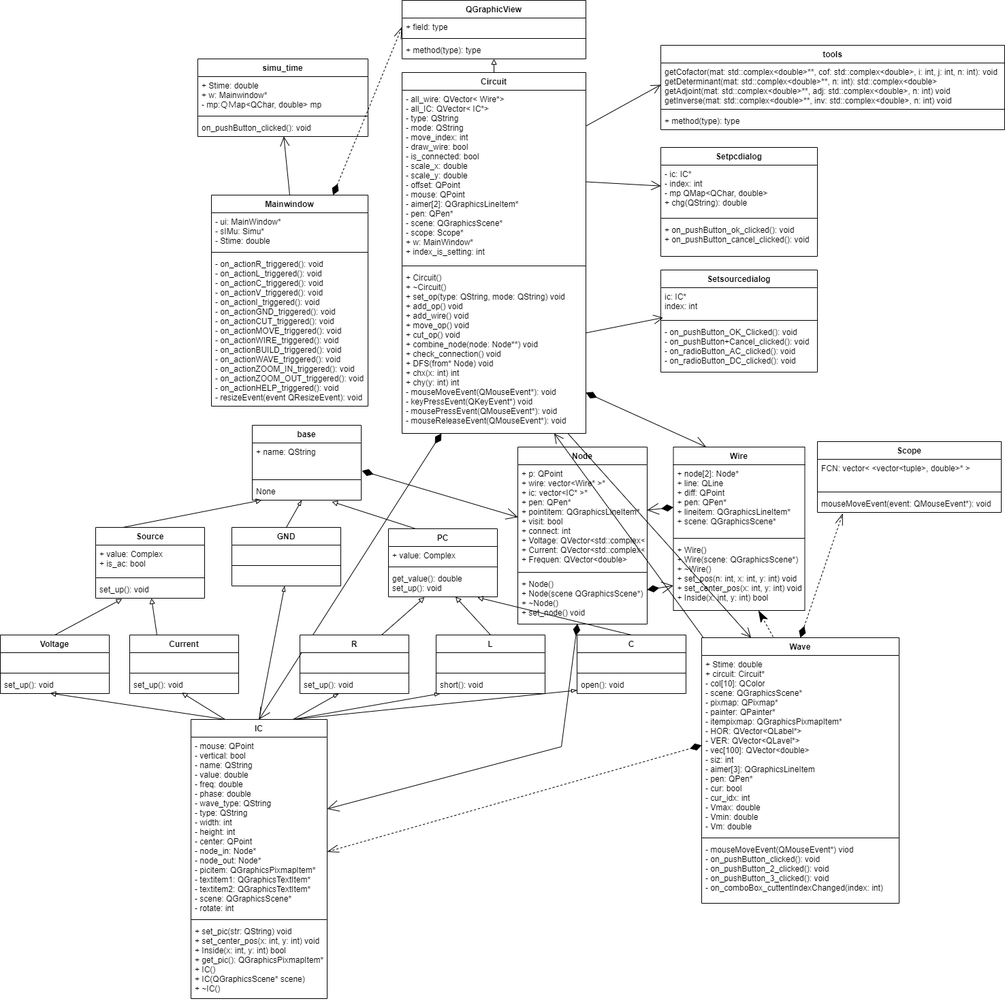
Earlier version of the draw.io export UML.png (henrytsui000/HESPICE). Source tidied: cells renumbered, new cells last; positions are measured from the earlier drawing's top-left corner, leaving out a move shared by most shapes.
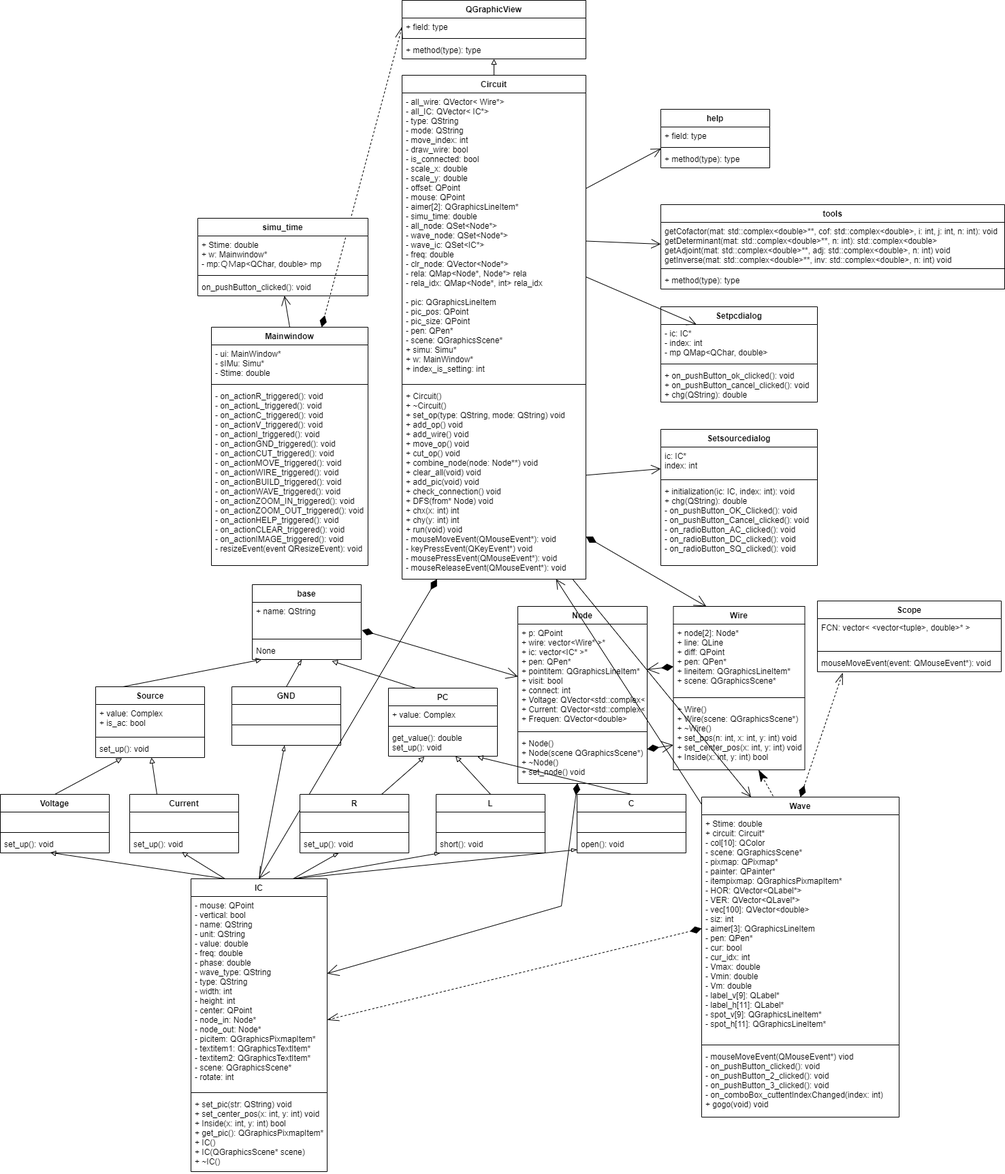
Above is the later version.

Commit message:
upd uml

The edit, as a diff of the source:
```diff
@@ -144,16 +144,16 @@
       <mxGeometry relative="1" as="geometry" />
     </mxCell>
     <mxCell id="49" value="IC" style="swimlane;fontStyle=1;align=center;verticalAlign=top;horizontal=1;startSize=26;" parent="1" vertex="1">
-      <mxGeometry x="280" y="1056" width="200" height="410" as="geometry" />
+      <mxGeometry x="280" y="1056" width="200" height="430" as="geometry" />
     </mxCell>
-    <mxCell id="50" value="- mouse: QPoint&#10;- vertical: bool&#10;- name: QString&#10;- value: double&#10;- freq: double&#10;- phase: double&#10;- wave_type: QString&#10;- type: QString&#10;- width: int&#10;- height: int&#10;- center: QPoint&#10;- node_in: Node*&#10;- node_out: Node*&#10;- picitem: QGraphicsPixmapItem*&#10;- textitem1: QGraphicsTextItem*&#10;- textitem2: QGraphicsTextItem*&#10;- scene: QGraphicsScene*&#10;- rotate: int" style="text;strokeColor=none;fillColor=none;align=left;verticalAlign=top;spacingLeft=4;spacingRight=4;overflow=hidden;points=[[0,0.5],[1,0.5]];portConstraint=eastwest;" parent="49" vertex="1">
-      <mxGeometry y="26" width="200" height="264" as="geometry" />
+    <mxCell id="50" value="- mouse: QPoint&#10;- vertical: bool&#10;- name: QString&#10;- unit: QString&#10;- value: double&#10;- freq: double&#10;- phase: double&#10;- wave_type: QString&#10;- type: QString&#10;- width: int&#10;- height: int&#10;- center: QPoint&#10;- node_in: Node*&#10;- node_out: Node*&#10;- picitem: QGraphicsPixmapItem*&#10;- textitem1: QGraphicsTextItem*&#10;- textitem2: QGraphicsTextItem*&#10;- scene: QGraphicsScene*&#10;- rotate: int" style="text;strokeColor=none;fillColor=none;align=left;verticalAlign=top;spacingLeft=4;spacingRight=4;overflow=hidden;points=[[0,0.5],[1,0.5]];portConstraint=eastwest;" parent="49" vertex="1">
+      <mxGeometry y="26" width="200" height="284" as="geometry" />
     </mxCell>
     <mxCell id="51" style="line;strokeWidth=1;fillColor=none;align=left;verticalAlign=middle;spacingTop=-1;spacingLeft=3;spacingRight=3;labelPosition=right;" parent="49" vertex="1">
-      <mxGeometry y="290" width="200" height="8" as="geometry" />
+      <mxGeometry y="310" width="200" height="8" as="geometry" />
     </mxCell>
     <mxCell id="52" value="+ set_pic(str: QString) void&#10;+ set_center_pos(x: int, y: int) void&#10;+ Inside(x: int, y: int) bool&#10;+ get_pic(): QGraphicsPixmapItem*&#10;+ IC()&#10;+ IC(QGraphicsScene* scene)&#10;+ ~IC()" style="text;strokeColor=none;fillColor=none;align=left;verticalAlign=top;spacingLeft=4;spacingRight=4;overflow=hidden;" parent="49" vertex="1">
-      <mxGeometry y="298" width="200" height="112" as="geometry" />
+      <mxGeometry y="318" width="200" height="112" as="geometry" />
     </mxCell>
     <mxCell id="53" style="edgeStyle=none;rounded=0;jettySize=auto;html=1;exitX=0.25;exitY=0;exitDx=0;exitDy=0;endArrow=diamondThin;endFill=1;startArrow=open;startFill=0;endSize=15;startSize=15;" parent="1" edge="1" source="54" target="61">
       <mxGeometry relative="1" as="geometry" />
@@ -171,16 +171,16 @@
       <mxGeometry y="138" width="193" height="102" as="geometry" />
     </mxCell>
     <mxCell id="58" value="Circuit" style="swimlane;fontStyle=1;align=center;verticalAlign=top;horizontal=1;startSize=26;" parent="1" vertex="1">
-      <mxGeometry x="590" y="106" width="270" height="530" as="geometry" />
+      <mxGeometry x="590" y="-124" width="270" height="740" as="geometry" />
     </mxCell>
-    <mxCell id="59" value="- all_wire: QVector&lt; Wire*&gt;&#10;- all_IC: QVector&lt; IC*&gt;&#10;- type: QString&#10;- mode: QString&#10;- move_index: int&#10;- draw_wire: bool&#10;- is_connected: bool&#10;- scale_x: double&#10;- scale_y: double&#10;- offset: QPoint&#10;- mouse: QPoint&#10;- aimer[2]: QGraphicsLineItem*&#10;- pen: QPen*&#10;- scene: QGraphicsScene*&#10;- scope: Scope*&#10;+ w: MainWindow*&#10;+ index_is_setting: int" style="text;strokeColor=none;fillColor=none;align=left;verticalAlign=top;spacingLeft=4;spacingRight=4;overflow=hidden;points=[[0,0.5],[1,0.5]];portConstraint=eastwest;" parent="58" vertex="1">
-      <mxGeometry y="26" width="270" height="254" as="geometry" />
+    <mxCell id="59" value="- all_wire: QVector&lt; Wire*&gt;&#10;- all_IC: QVector&lt; IC*&gt;&#10;- type: QString&#10;- mode: QString&#10;- move_index: int&#10;- draw_wire: bool&#10;- is_connected: bool&#10;- scale_x: double&#10;- scale_y: double&#10;- offset: QPoint&#10;- mouse: QPoint&#10;- aimer[2]: QGraphicsLineItem*&#10;- simu_time: double&#10;- all_node: QSet&lt;Node*&gt;&#10;- wave_node: QSet&lt;Node*&gt;&#10;- wave_ic: QSet&lt;IC*&gt;&#10;- freq: double&#10;- clr_node: QVector&lt;Node*&gt;&#10;- rela: QMap&lt;Node*, Node*&gt; rela&#10;- rela_idx: QMap&lt;Node*, int&gt; rela_idx&#10;&#10;- pic: QGraphicsLineItem&#10;- pic_pos: QPoint&#10;- pic_size: QPoint&#10;- pen: QPen*&#10;- scene: QGraphicsScene*&#10;+ simu: Simu*&#10;+ w: MainWindow*&#10;+ index_is_setting: int" style="text;strokeColor=none;fillColor=none;align=left;verticalAlign=top;spacingLeft=4;spacingRight=4;overflow=hidden;points=[[0,0.5],[1,0.5]];portConstraint=eastwest;" parent="58" vertex="1">
+      <mxGeometry y="26" width="270" height="424" as="geometry" />
     </mxCell>
     <mxCell id="60" style="line;strokeWidth=1;fillColor=none;align=left;verticalAlign=middle;spacingTop=-1;spacingLeft=3;spacingRight=3;labelPosition=right;" parent="58" vertex="1">
-      <mxGeometry y="280" width="270" height="8" as="geometry" />
+      <mxGeometry y="450" width="270" height="8" as="geometry" />
     </mxCell>
-    <mxCell id="61" value="+ Circuit()&#10;+ ~Circuit()&#10;+ set_op(type: QString, mode: QString) void&#10;+ add_op() void&#10;+ add_wire() void&#10;+ move_op() void&#10;+ cut_op() void&#10;+ combine_node(node: Node**) void&#10;+ check_connection() void&#10;+ DFS(from* Node) void&#10;+ chx(x: int) int&#10;+ chy(y: int) int&#10;- mouseMoveEvent(QMouseEvent*): void&#10;- keyPressEvent(QKeyEvent*) void&#10;- mousePressEvent(QMouseEvent*): void&#10;- mouseReleaseEvent(QMouseEvent*): void" style="text;strokeColor=none;fillColor=none;align=left;verticalAlign=top;spacingLeft=4;spacingRight=4;overflow=hidden;points=[[0,0.5],[1,0.5]];portConstraint=eastwest;" parent="58" vertex="1">
-      <mxGeometry y="288" width="270" height="242" as="geometry" />
+    <mxCell id="61" value="+ Circuit()&#10;+ ~Circuit()&#10;+ set_op(type: QString, mode: QString) void&#10;+ add_op() void&#10;+ add_wire() void&#10;+ move_op() void&#10;+ cut_op() void&#10;+ combine_node(node: Node**) void&#10;+ clear_all(void) void&#10;+ add_pic(void) void&#10;+ check_connection() void&#10;+ DFS(from* Node) void&#10;+ chx(x: int) int&#10;+ chy(y: int) int&#10;+ run(void) void&#10;- mouseMoveEvent(QMouseEvent*): void&#10;- keyPressEvent(QKeyEvent*) void&#10;- mousePressEvent(QMouseEvent*): void&#10;- mouseReleaseEvent(QMouseEvent*): void" style="text;strokeColor=none;fillColor=none;align=left;verticalAlign=top;spacingLeft=4;spacingRight=4;overflow=hidden;points=[[0,0.5],[1,0.5]];portConstraint=eastwest;" parent="58" vertex="1">
+      <mxGeometry y="458" width="270" height="282" as="geometry" />
     </mxCell>
     <mxCell id="62" style="edgeStyle=none;rounded=0;orthogonalLoop=1;jettySize=auto;html=1;exitX=0.75;exitY=0;exitDx=0;exitDy=0;startArrow=open;startFill=0;endArrow=diamondThin;endFill=1;startSize=15;endSize=15;strokeWidth=1;" parent="1" edge="1" source="18" target="18">
       <mxGeometry relative="1" as="geometry" />
@@ -222,7 +222,7 @@
       <mxGeometry relative="1" as="geometry" />
     </mxCell>
     <mxCell id="75" value="QGraphicView" style="swimlane;fontStyle=1;align=center;verticalAlign=top;horizontal=1;startSize=26;" parent="1" vertex="1">
-      <mxGeometry x="590" width="270" height="86" as="geometry" />
+      <mxGeometry x="590" y="-234" width="270" height="86" as="geometry" />
     </mxCell>
     <mxCell id="76" value="+ field: type" style="text;strokeColor=none;fillColor=none;align=left;verticalAlign=top;spacingLeft=4;spacingRight=4;overflow=hidden;points=[[0,0.5],[1,0.5]];portConstraint=eastwest;" parent="75" vertex="1">
       <mxGeometry y="26" width="270" height="26" as="geometry" />
@@ -234,7 +234,7 @@
       <mxGeometry y="60" width="270" height="26" as="geometry" />
     </mxCell>
     <mxCell id="79" value="Mainwindow" style="swimlane;fontStyle=1;align=center;verticalAlign=top;horizontal=1;startSize=26;" parent="1" vertex="1">
-      <mxGeometry x="310" y="286" width="230" height="310" as="geometry" />
+      <mxGeometry x="310" y="246" width="230" height="350" as="geometry" />
     </mxCell>
     <mxCell id="80" value="- ui: MainWindow*&#10;- sIMu: Simu*&#10;- Stime: double " style="text;strokeColor=none;fillColor=none;align=left;verticalAlign=top;spacingLeft=4;spacingRight=4;overflow=hidden;" parent="79" vertex="1">
       <mxGeometry y="26" width="230" height="54" as="geometry" />
@@ -242,8 +242,8 @@
     <mxCell id="81" style="line;strokeWidth=1;fillColor=none;align=left;verticalAlign=middle;spacingTop=-1;spacingLeft=3;spacingRight=3;labelPosition=right;" parent="79" vertex="1">
       <mxGeometry y="80" width="230" height="8" as="geometry" />
     </mxCell>
-    <mxCell id="82" value="- on_actionR_triggered(): void&#10;- on_actionL_triggered(): void&#10;- on_actionC_triggered(): void&#10;- on_actionV_triggered(): void&#10;- on_actionI_triggered(): void&#10;- on_actionGND_triggered(): void&#10;- on_actionCUT_triggered(): void&#10;- on_actionMOVE_triggered(): void&#10;- on_actionWIRE_triggered(): void&#10;- on_actionBUILD_triggered(): void&#10;- on_actionWAVE_triggered(): void&#10;- on_actionZOOM_IN_triggered(): void&#10;- on_actionZOOM_OUT_triggered(): void&#10;- on_actionHELP_triggered(): void&#10;- resizeEvent(event QResizeEvent): void&#10;" style="text;strokeColor=none;fillColor=none;align=left;verticalAlign=top;spacingLeft=4;spacingRight=4;overflow=hidden;" parent="79" vertex="1">
-      <mxGeometry y="88" width="230" height="222" as="geometry" />
+    <mxCell id="82" value="- on_actionR_triggered(): void&#10;- on_actionL_triggered(): void&#10;- on_actionC_triggered(): void&#10;- on_actionV_triggered(): void&#10;- on_actionI_triggered(): void&#10;- on_actionGND_triggered(): void&#10;- on_actionCUT_triggered(): void&#10;- on_actionMOVE_triggered(): void&#10;- on_actionWIRE_triggered(): void&#10;- on_actionBUILD_triggered(): void&#10;- on_actionWAVE_triggered(): void&#10;- on_actionZOOM_IN_triggered(): void&#10;- on_actionZOOM_OUT_triggered(): void&#10;- on_actionHELP_triggered(): void&#10;- on_actionCLEAR_triggered(): void&#10;- on_actionIMAGE_triggered(): void&#10;- resizeEvent(event QResizeEvent): void&#10;" style="text;strokeColor=none;fillColor=none;align=left;verticalAlign=top;spacingLeft=4;spacingRight=4;overflow=hidden;" parent="79" vertex="1">
+      <mxGeometry y="88" width="230" height="262" as="geometry" />
     </mxCell>
     <mxCell id="83" style="edgeStyle=none;rounded=0;jettySize=auto;html=1;endArrow=block;endFill=0;" parent="1" edge="1" source="58" target="78">
       <mxGeometry relative="1" as="geometry" />
@@ -277,19 +277,19 @@
       <mxGeometry y="60" width="160" height="26" as="geometry" />
     </mxCell>
     <mxCell id="92" value="Setpcdialog" style="swimlane;fontStyle=1;align=center;verticalAlign=top;horizontal=1;startSize=26;" parent="1" vertex="1">
-      <mxGeometry x="970" y="216" width="230" height="160" as="geometry" />
+      <mxGeometry x="970" y="216" width="230" height="140" as="geometry" />
     </mxCell>
-    <mxCell id="93" value="- ic: IC*&#10;- index: int&#10;- mp QMap&lt;QChar, double&gt;&#10;+ chg(QString): double" style="text;strokeColor=none;fillColor=none;align=left;verticalAlign=top;spacingLeft=4;spacingRight=4;overflow=hidden;points=[[0,0.5],[1,0.5]];portConstraint=eastwest;" parent="92" vertex="1">
-      <mxGeometry y="26" width="230" height="74" as="geometry" />
+    <mxCell id="93" value="- ic: IC*&#10;- index: int&#10;- mp QMap&lt;QChar, double&gt;" style="text;strokeColor=none;fillColor=none;align=left;verticalAlign=top;spacingLeft=4;spacingRight=4;overflow=hidden;points=[[0,0.5],[1,0.5]];portConstraint=eastwest;" parent="92" vertex="1">
+      <mxGeometry y="26" width="230" height="54" as="geometry" />
     </mxCell>
     <mxCell id="94" style="line;strokeWidth=1;fillColor=none;align=left;verticalAlign=middle;spacingTop=-1;spacingLeft=3;spacingRight=3;labelPosition=right;" parent="92" vertex="1">
-      <mxGeometry y="100" width="230" height="8" as="geometry" />
+      <mxGeometry y="80" width="230" height="8" as="geometry" />
     </mxCell>
-    <mxCell id="95" value="+ on_pushButton_ok_clicked(): void&#10;+ on_pushButton_cancel_clicked(): void" style="text;strokeColor=none;fillColor=none;align=left;verticalAlign=top;spacingLeft=4;spacingRight=4;overflow=hidden;" parent="92" vertex="1">
-      <mxGeometry y="108" width="230" height="52" as="geometry" />
+    <mxCell id="95" value="+ on_pushButton_ok_clicked(): void&#10;+ on_pushButton_cancel_clicked(): void&#10;+ chg(QString): double" style="text;strokeColor=none;fillColor=none;align=left;verticalAlign=top;spacingLeft=4;spacingRight=4;overflow=hidden;" parent="92" vertex="1">
+      <mxGeometry y="88" width="230" height="52" as="geometry" />
     </mxCell>
     <mxCell id="96" value="Setsourcedialog" style="swimlane;fontStyle=1;align=center;verticalAlign=top;horizontal=1;startSize=26;" parent="1" vertex="1">
-      <mxGeometry x="970" y="396" width="230" height="150" as="geometry" />
+      <mxGeometry x="970" y="396" width="230" height="200" as="geometry" />
     </mxCell>
     <mxCell id="97" value="ic: IC*&#10;index: int" style="text;strokeColor=none;fillColor=none;align=left;verticalAlign=top;spacingLeft=4;spacingRight=4;overflow=hidden;points=[[0,0.5],[1,0.5]];portConstraint=eastwest;" parent="96" vertex="1">
       <mxGeometry y="26" width="230" height="44" as="geometry" />
@@ -297,8 +297,8 @@
     <mxCell id="98" style="line;strokeWidth=1;fillColor=none;align=left;verticalAlign=middle;spacingTop=-1;spacingLeft=3;spacingRight=3;labelPosition=right;" parent="96" vertex="1">
       <mxGeometry y="70" width="230" height="8" as="geometry" />
     </mxCell>
-    <mxCell id="99" value="- on_pushButton_OK_Clicked(): void&#10;- on_pushButton+Cancel_clicked(): void&#10;- on_radioButton_AC_clicked(): void&#10;- on_radioButton_DC_clicked(): void" style="text;strokeColor=none;fillColor=none;align=left;verticalAlign=top;spacingLeft=4;spacingRight=4;overflow=hidden;" parent="96" vertex="1">
-      <mxGeometry y="78" width="230" height="72" as="geometry" />
+    <mxCell id="99" value="+ initialization(ic: IC, index: int): void&#10;+ chg(QString): double&#10;- on_pushButton_OK_Clicked(): void&#10;- on_pushButton_Cancel_clicked(): void&#10;- on_radioButton_AC_clicked(): void&#10;- on_radioButton_DC_clicked(): void&#10;- on_radioButton_SQ_clicked(): void" style="text;strokeColor=none;fillColor=none;align=left;verticalAlign=top;spacingLeft=4;spacingRight=4;overflow=hidden;" parent="96" vertex="1">
+      <mxGeometry y="78" width="230" height="122" as="geometry" />
     </mxCell>
     <mxCell id="100" value="simu_time" style="swimlane;fontStyle=1;align=center;verticalAlign=top;horizontal=1;startSize=26;" parent="1" vertex="1">
       <mxGeometry x="290" y="86" width="250" height="114" as="geometry" />
@@ -325,16 +325,16 @@
       <mxGeometry y="98" width="505" height="26" as="geometry" />
     </mxCell>
     <mxCell id="108" value="Wave" style="swimlane;fontStyle=1;align=center;verticalAlign=top;horizontal=1;startSize=26;" parent="1" vertex="1">
-      <mxGeometry x="1030" y="936" width="290" height="390" as="geometry" />
+      <mxGeometry x="1030" y="936" width="290" height="470" as="geometry" />
     </mxCell>
-    <mxCell id="109" value="+ Stime: double&#10;+ circuit: Circuit*&#10;- col[10]: QColor&#10;- scene: QGraphicsScene*&#10;- pixmap: QPixmap*&#10;- painter: QPainter*&#10;- itempixmap: QGraphicsPixmapItem*&#10;- HOR: QVector&lt;QLabel*&gt;&#10;- VER: QVector&lt;QLavel*&gt;&#10;- vec[100]: QVector&lt;double&gt; &#10;- siz: int&#10;- aimer[3]: QGraphicsLineItem&#10;- pen: QPen*&#10;- cur: bool&#10;- cur_idx: int&#10;- Vmax: double&#10;- Vmin: double&#10;- Vm: double&#10;&#10;" style="text;strokeColor=none;fillColor=none;align=left;verticalAlign=top;spacingLeft=4;spacingRight=4;overflow=hidden;points=[[0,0.5],[1,0.5]];portConstraint=eastwest;" parent="108" vertex="1">
-      <mxGeometry y="26" width="290" height="264" as="geometry" />
+    <mxCell id="109" value="+ Stime: double&#10;+ circuit: Circuit*&#10;- col[10]: QColor&#10;- scene: QGraphicsScene*&#10;- pixmap: QPixmap*&#10;- painter: QPainter*&#10;- itempixmap: QGraphicsPixmapItem*&#10;- HOR: QVector&lt;QLabel*&gt;&#10;- VER: QVector&lt;QLavel*&gt;&#10;- vec[100]: QVector&lt;double&gt; &#10;- siz: int&#10;- aimer[3]: QGraphicsLineItem&#10;- pen: QPen*&#10;- cur: bool&#10;- cur_idx: int&#10;- Vmax: double&#10;- Vmin: double&#10;- Vm: double&#10;- label_v[9]: QLabel*&#10;- label_h[11]: QLabel*&#10;- spot_v[9]: QGraphicsLineItem*&#10;- spot_h[11]: QGraphicsLineItem*&#10;" style="text;strokeColor=none;fillColor=none;align=left;verticalAlign=top;spacingLeft=4;spacingRight=4;overflow=hidden;points=[[0,0.5],[1,0.5]];portConstraint=eastwest;" parent="108" vertex="1">
+      <mxGeometry y="26" width="290" height="334" as="geometry" />
     </mxCell>
     <mxCell id="110" style="line;strokeWidth=1;fillColor=none;align=left;verticalAlign=middle;spacingTop=-1;spacingLeft=3;spacingRight=3;labelPosition=right;" parent="108" vertex="1">
-      <mxGeometry y="290" width="290" height="8" as="geometry" />
+      <mxGeometry y="360" width="290" height="8" as="geometry" />
     </mxCell>
-    <mxCell id="111" value="- mouseMoveEvent(QMouseEvent*) viod&#10;- on_pushButton_clicked(): void&#10;- on_pushButton_2_clicked(): void&#10;- on_pushButton_3_clicked(): void&#10;- on_comboBox_cuttentIndexChanged(index: int)" style="text;strokeColor=none;fillColor=none;align=left;verticalAlign=top;spacingLeft=4;spacingRight=4;overflow=hidden;" parent="108" vertex="1">
-      <mxGeometry y="298" width="290" height="92" as="geometry" />
+    <mxCell id="111" value="- mouseMoveEvent(QMouseEvent*) viod&#10;- on_pushButton_clicked(): void&#10;- on_pushButton_2_clicked(): void&#10;- on_pushButton_3_clicked(): void&#10;- on_comboBox_cuttentIndexChanged(index: int)&#10;+ gogo(void) void" style="text;strokeColor=none;fillColor=none;align=left;verticalAlign=top;spacingLeft=4;spacingRight=4;overflow=hidden;" parent="108" vertex="1">
+      <mxGeometry y="368" width="290" height="102" as="geometry" />
     </mxCell>
     <mxCell id="112" style="endArrow=open;endFill=1;endSize=12;html=1;rounded=0;entryX=0;entryY=0.5;entryDx=0;entryDy=0;" parent="1" edge="1" source="59" target="105">
       <mxGeometry relative="1" as="geometry" />
@@ -354,5 +354,20 @@
     <mxCell id="117" style="endArrow=open;endFill=1;endSize=12;html=1;rounded=0;exitX=0.5;exitY=0;exitDx=0;exitDy=0;" parent="1" edge="1" source="79" target="103">
       <mxGeometry relative="1" as="geometry" />
     </mxCell>
+    <mxCell id="118" value="help" style="swimlane;fontStyle=1;align=center;verticalAlign=top;horizontal=1;startSize=26;" parent="1" vertex="1">
+      <mxGeometry x="970" y="-74" width="160" height="86" as="geometry" />
+    </mxCell>
+    <mxCell id="119" value="+ field: type" style="text;strokeColor=none;fillColor=none;align=left;verticalAlign=top;spacingLeft=4;spacingRight=4;overflow=hidden;" parent="118" vertex="1">
+      <mxGeometry y="26" width="160" height="26" as="geometry" />
+    </mxCell>
+    <mxCell id="120" style="line;strokeWidth=1;fillColor=none;align=left;verticalAlign=middle;spacingTop=-1;spacingLeft=3;spacingRight=3;labelPosition=right;" parent="118" vertex="1">
+      <mxGeometry y="52" width="160" height="8" as="geometry" />
+    </mxCell>
+    <mxCell id="121" value="+ method(type): type" style="text;strokeColor=none;fillColor=none;align=left;verticalAlign=top;spacingLeft=4;spacingRight=4;overflow=hidden;points=[[0,0.5],[1,0.5]];portConstraint=eastwest;" parent="118" vertex="1">
+      <mxGeometry y="60" width="160" height="26" as="geometry" />
+    </mxCell>
+    <mxCell id="122" style="endArrow=open;endFill=1;endSize=12;html=1;rounded=0;entryX=0.002;entryY=-0.088;entryDx=0;entryDy=0;entryPerimeter=0;" parent="1" edge="1" source="59" target="121">
+      <mxGeometry relative="1" as="geometry" />
+    </mxCell>
   </root>
 </mxGraphModel>
```
